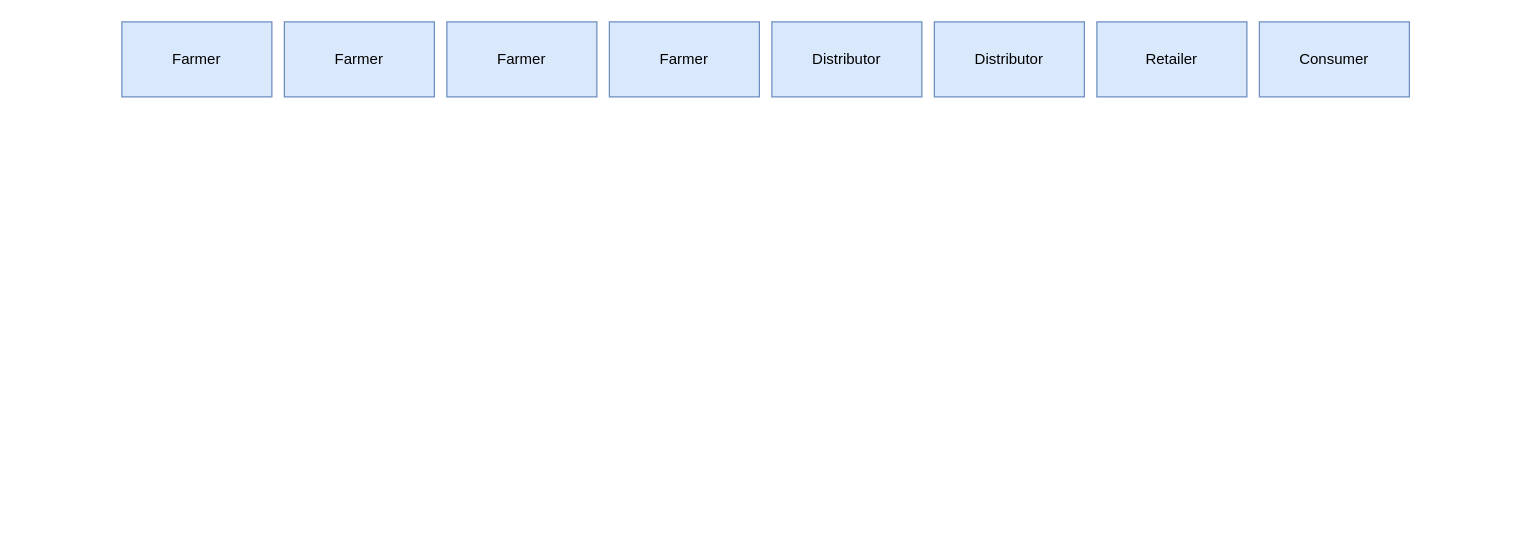
Before: project-6/diagrams/state.drawio in tobogganhill/supplychain, a draw.io diagram. Source tidied: cells renumbered, new cells numbered last; positions are measured from the earlier drawing's top-left corner, leaving out a move shared by most shapes. Both pictures are drawn from the tidied source at 125%, with x=0, y=0 at pixel (121, 21).
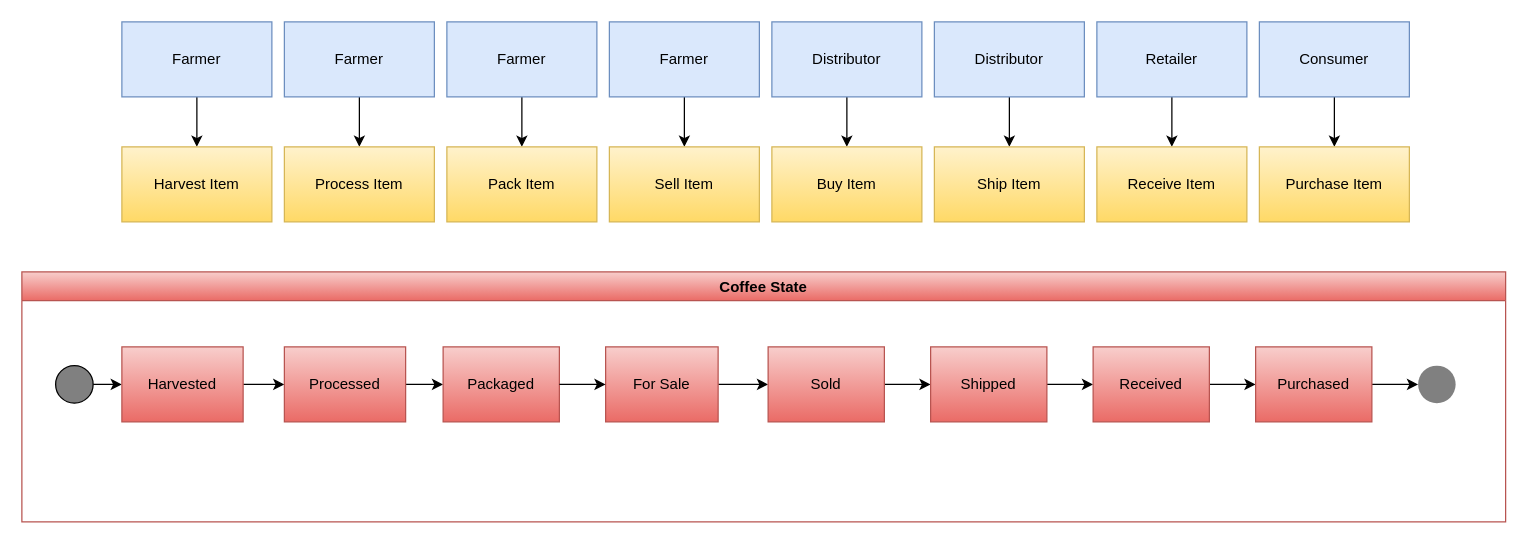
The same page after the edit.

The change refers to these unchanged cells:
```xml
<mxCell id="2" value="Farmer" style="rounded=0;whiteSpace=wrap;html=1;fillColor=#dae8fc;strokeColor=#6c8ebf;" parent="1" vertex="1">
  <mxGeometry width="120" height="60" as="geometry" />
</mxCell>
<mxCell id="3" value="Consumer" style="rounded=0;whiteSpace=wrap;html=1;fillColor=#dae8fc;strokeColor=#6c8ebf;" parent="1" vertex="1">
  <mxGeometry x="910" width="120" height="60" as="geometry" />
</mxCell>
<mxCell id="4" value="Farmer" style="rounded=0;whiteSpace=wrap;html=1;fillColor=#dae8fc;strokeColor=#6c8ebf;" parent="1" vertex="1">
  <mxGeometry x="130" width="120" height="60" as="geometry" />
</mxCell>
<mxCell id="5" value="Retailer" style="rounded=0;whiteSpace=wrap;html=1;fillColor=#dae8fc;strokeColor=#6c8ebf;" parent="1" vertex="1">
  <mxGeometry x="780" width="120" height="60" as="geometry" />
</mxCell>
<mxCell id="6" value="Farmer" style="rounded=0;whiteSpace=wrap;html=1;fillColor=#dae8fc;strokeColor=#6c8ebf;" parent="1" vertex="1">
  <mxGeometry x="260" width="120" height="60" as="geometry" />
</mxCell>
<mxCell id="7" value="Farmer" style="rounded=0;whiteSpace=wrap;html=1;fillColor=#dae8fc;strokeColor=#6c8ebf;" parent="1" vertex="1">
  <mxGeometry x="390" width="120" height="60" as="geometry" />
</mxCell>
<mxCell id="8" value="Distributor" style="rounded=0;whiteSpace=wrap;html=1;fillColor=#dae8fc;strokeColor=#6c8ebf;" parent="1" vertex="1">
  <mxGeometry x="520" width="120" height="60" as="geometry" />
</mxCell>
<mxCell id="9" value="Distributor" style="rounded=0;whiteSpace=wrap;html=1;fillColor=#dae8fc;strokeColor=#6c8ebf;" parent="1" vertex="1">
  <mxGeometry x="650" width="120" height="60" as="geometry" />
</mxCell>
```

What changed in the source:
```diff
@@
+    <mxCell id="10" style="edgeStyle=orthogonalEdgeStyle;rounded=0;jettySize=auto;html=1;entryX=0.5;entryY=0;entryDx=0;entryDy=0;" parent="1" edge="1" source="2" target="18">
+      <mxGeometry relative="1" as="geometry" />
+    </mxCell>
@@
+    <mxCell id="11" style="edgeStyle=orthogonalEdgeStyle;rounded=0;jettySize=auto;html=1;exitX=0.5;exitY=1;exitDx=0;exitDy=0;entryX=0.5;entryY=0;entryDx=0;entryDy=0;" parent="1" edge="1" source="3" target="25">
+      <mxGeometry relative="1" as="geometry" />
+    </mxCell>
@@
+    <mxCell id="12" style="edgeStyle=orthogonalEdgeStyle;rounded=0;jettySize=auto;html=1;entryX=0.5;entryY=0;entryDx=0;entryDy=0;" parent="1" edge="1" source="4" target="19">
+      <mxGeometry relative="1" as="geometry" />
+    </mxCell>
@@
+    <mxCell id="13" style="edgeStyle=orthogonalEdgeStyle;rounded=0;jettySize=auto;html=1;exitX=0.5;exitY=1;exitDx=0;exitDy=0;entryX=0.5;entryY=0;entryDx=0;entryDy=0;" parent="1" edge="1" source="5" target="24">
+      <mxGeometry relative="1" as="geometry" />
+    </mxCell>
@@
+    <mxCell id="14" style="edgeStyle=orthogonalEdgeStyle;rounded=0;jettySize=auto;html=1;entryX=0.5;entryY=0;entryDx=0;entryDy=0;" parent="1" edge="1" source="6" target="20">
+      <mxGeometry relative="1" as="geometry" />
+    </mxCell>
@@
+    <mxCell id="15" style="edgeStyle=orthogonalEdgeStyle;rounded=0;jettySize=auto;html=1;exitX=0.5;exitY=1;exitDx=0;exitDy=0;entryX=0.5;entryY=0;entryDx=0;entryDy=0;" parent="1" edge="1" source="7" target="21">
+      <mxGeometry relative="1" as="geometry" />
+    </mxCell>
@@
+    <mxCell id="16" style="edgeStyle=orthogonalEdgeStyle;rounded=0;jettySize=auto;html=1;exitX=0.5;exitY=1;exitDx=0;exitDy=0;entryX=0.5;entryY=0;entryDx=0;entryDy=0;" parent="1" edge="1" source="8" target="22">
+      <mxGeometry relative="1" as="geometry" />
+    </mxCell>
@@
+    <mxCell id="17" style="edgeStyle=orthogonalEdgeStyle;rounded=0;jettySize=auto;html=1;entryX=0.5;entryY=0;entryDx=0;entryDy=0;" parent="1" edge="1" source="9" target="23">
+      <mxGeometry relative="1" as="geometry" />
+    </mxCell>
@@
+    <mxCell id="18" value="Harvest Item" style="rounded=0;whiteSpace=wrap;html=1;fillColor=#fff2cc;strokeColor=#d6b656;gradientColor=#ffd966;" parent="1" vertex="1">
+      <mxGeometry y="100" width="120" height="60" as="geometry" />
+    </mxCell>
+    <mxCell id="19" value="Process Item" style="rounded=0;whiteSpace=wrap;html=1;fillColor=#fff2cc;strokeColor=#d6b656;gradientColor=#ffd966;" parent="1" vertex="1">
+      <mxGeometry x="130" y="100" width="120" height="60" as="geometry" />
+    </mxCell>
+    <mxCell id="20" value="Pack Item" style="rounded=0;whiteSpace=wrap;html=1;fillColor=#fff2cc;strokeColor=#d6b656;gradientColor=#ffd966;" parent="1" vertex="1">
+      <mxGeometry x="260" y="100" width="120" height="60" as="geometry" />
+    </mxCell>
+    <mxCell id="21" value="Sell Item" style="rounded=0;whiteSpace=wrap;html=1;fillColor=#fff2cc;strokeColor=#d6b656;gradientColor=#ffd966;" parent="1" vertex="1">
+      <mxGeometry x="390" y="100" width="120" height="60" as="geometry" />
+    </mxCell>
+    <mxCell id="22" value="Buy Item" style="rounded=0;whiteSpace=wrap;html=1;fillColor=#fff2cc;strokeColor=#d6b656;gradientColor=#ffd966;" parent="1" vertex="1">
+      <mxGeometry x="520" y="100" width="120" height="60" as="geometry" />
+    </mxCell>
+    <mxCell id="23" value="Ship Item" style="rounded=0;whiteSpace=wrap;html=1;fillColor=#fff2cc;strokeColor=#d6b656;gradientColor=#ffd966;" parent="1" vertex="1">
+      <mxGeometry x="650" y="100" width="120" height="60" as="geometry" />
+    </mxCell>
+    <mxCell id="24" value="Receive Item" style="rounded=0;whiteSpace=wrap;html=1;fillColor=#fff2cc;strokeColor=#d6b656;gradientColor=#ffd966;" parent="1" vertex="1">
+      <mxGeometry x="780" y="100" width="120" height="60" as="geometry" />
+    </mxCell>
+    <mxCell id="25" value="Purchase Item" style="rounded=0;whiteSpace=wrap;html=1;fillColor=#fff2cc;strokeColor=#d6b656;gradientColor=#ffd966;" parent="1" vertex="1">
+      <mxGeometry x="910" y="100" width="120" height="60" as="geometry" />
+    </mxCell>
+    <mxCell id="26" style="edgeStyle=orthogonalEdgeStyle;rounded=0;jettySize=auto;html=1;exitX=1;exitY=0.5;exitDx=0;exitDy=0;" parent="1" edge="1" source="33" target="28">
+      <mxGeometry relative="1" as="geometry" />
+    </mxCell>
+    <mxCell id="27" style="edgeStyle=orthogonalEdgeStyle;rounded=0;jettySize=auto;html=1;exitX=1;exitY=0.5;exitDx=0;exitDy=0;entryX=0;entryY=0.5;entryDx=0;entryDy=0;" parent="1" edge="1" source="28" target="30">
+      <mxGeometry relative="1" as="geometry" />
+    </mxCell>
+    <mxCell id="28" value="Harvested" style="rounded=0;whiteSpace=wrap;html=1;gradientColor=#ea6b66;fillColor=#f8cecc;strokeColor=#b85450;" parent="1" vertex="1">
+      <mxGeometry y="260" width="97" height="60" as="geometry" />
+    </mxCell>
+    <mxCell id="29" style="edgeStyle=orthogonalEdgeStyle;rounded=0;jettySize=auto;html=1;entryX=0;entryY=0.5;entryDx=0;entryDy=0;" parent="1" edge="1" source="30" target="40">
+      <mxGeometry relative="1" as="geometry" />
+    </mxCell>
+    <mxCell id="30" value="Processed" style="rounded=0;whiteSpace=wrap;html=1;gradientColor=#ea6b66;fillColor=#f8cecc;strokeColor=#b85450;" parent="1" vertex="1">
+      <mxGeometry x="130" y="260" width="97" height="60" as="geometry" />
+    </mxCell>
+    <mxCell id="31" style="edgeStyle=orthogonalEdgeStyle;rounded=0;jettySize=auto;html=1;entryX=0;entryY=0.5;entryDx=0;entryDy=0;" parent="1" edge="1" source="32" target="42">
+      <mxGeometry relative="1" as="geometry" />
+    </mxCell>
+    <mxCell id="32" value="For Sale" style="rounded=0;whiteSpace=wrap;html=1;gradientColor=#ea6b66;fillColor=#f8cecc;strokeColor=#b85450;" parent="1" vertex="1">
+      <mxGeometry x="387" y="260" width="90" height="60" as="geometry" />
+    </mxCell>
+    <mxCell id="33" style="ellipse;whiteSpace=wrap;html=1;fillColor=#808080;" parent="1" vertex="1">
+      <mxGeometry x="-53" y="275" width="30" height="30" as="geometry" />
+    </mxCell>
+    <mxCell id="34" value="Coffee State" style="swimlane;fillColor=#f8cecc;gradientColor=#ea6b66;strokeColor=#b85450;" parent="1" vertex="1">
+      <mxGeometry x="-80" y="200" width="1187" height="200" as="geometry" />
+    </mxCell>
+    <mxCell id="35" style="edgeStyle=orthogonalEdgeStyle;rounded=0;jettySize=auto;html=1;exitX=1;exitY=0.5;exitDx=0;exitDy=0;" parent="34" edge="1" source="43" target="37">
+      <mxGeometry relative="1" as="geometry" />
+    </mxCell>
+    <mxCell id="36" style="edgeStyle=orthogonalEdgeStyle;rounded=0;jettySize=auto;html=1;exitX=1;exitY=0.5;exitDx=0;exitDy=0;entryX=0;entryY=0.5;entryDx=0;entryDy=0;" parent="34" edge="1" source="37" target="39">
+      <mxGeometry relative="1" as="geometry" />
+    </mxCell>
+    <mxCell id="37" value="Received" style="rounded=0;whiteSpace=wrap;html=1;gradientColor=#ea6b66;fillColor=#f8cecc;strokeColor=#b85450;" parent="34" vertex="1">
+      <mxGeometry x="857" y="60" width="93" height="60" as="geometry" />
+    </mxCell>
+    <mxCell id="38" style="edgeStyle=orthogonalEdgeStyle;rounded=0;jettySize=auto;html=1;entryX=0;entryY=0.5;entryDx=0;entryDy=0;" parent="34" edge="1" source="39" target="44">
+      <mxGeometry relative="1" as="geometry" />
+    </mxCell>
+    <mxCell id="39" value="Purchased" style="rounded=0;whiteSpace=wrap;html=1;gradientColor=#ea6b66;fillColor=#f8cecc;strokeColor=#b85450;" parent="34" vertex="1">
+      <mxGeometry x="987" y="60" width="93" height="60" as="geometry" />
+    </mxCell>
+    <mxCell id="40" value="Packaged" style="rounded=0;whiteSpace=wrap;html=1;gradientColor=#ea6b66;fillColor=#f8cecc;strokeColor=#b85450;" parent="34" vertex="1">
+      <mxGeometry x="337" y="60" width="93" height="60" as="geometry" />
+    </mxCell>
+    <mxCell id="41" style="edgeStyle=orthogonalEdgeStyle;rounded=0;jettySize=auto;html=1;exitX=1;exitY=0.5;exitDx=0;exitDy=0;entryX=0;entryY=0.5;entryDx=0;entryDy=0;" parent="34" edge="1" source="42" target="43">
+      <mxGeometry relative="1" as="geometry" />
+    </mxCell>
+    <mxCell id="42" value="Sold" style="rounded=0;whiteSpace=wrap;html=1;gradientColor=#ea6b66;fillColor=#f8cecc;strokeColor=#b85450;" parent="34" vertex="1">
+      <mxGeometry x="597" y="60" width="93" height="60" as="geometry" />
+    </mxCell>
+    <mxCell id="43" value="Shipped" style="rounded=0;whiteSpace=wrap;html=1;gradientColor=#ea6b66;fillColor=#f8cecc;strokeColor=#b85450;" parent="34" vertex="1">
+      <mxGeometry x="727" y="60" width="93" height="60" as="geometry" />
+    </mxCell>
+    <mxCell id="44" style="ellipse;whiteSpace=wrap;html=1;strokeColor=none;fillColor=#808080;" parent="34" vertex="1">
+      <mxGeometry x="1117" y="75" width="30" height="30" as="geometry" />
+    </mxCell>
+    <mxCell id="45" style="edgeStyle=orthogonalEdgeStyle;rounded=0;jettySize=auto;html=1;exitX=1;exitY=0.5;exitDx=0;exitDy=0;" parent="1" edge="1" source="40" target="32">
+      <mxGeometry relative="1" as="geometry" />
+    </mxCell>
```
